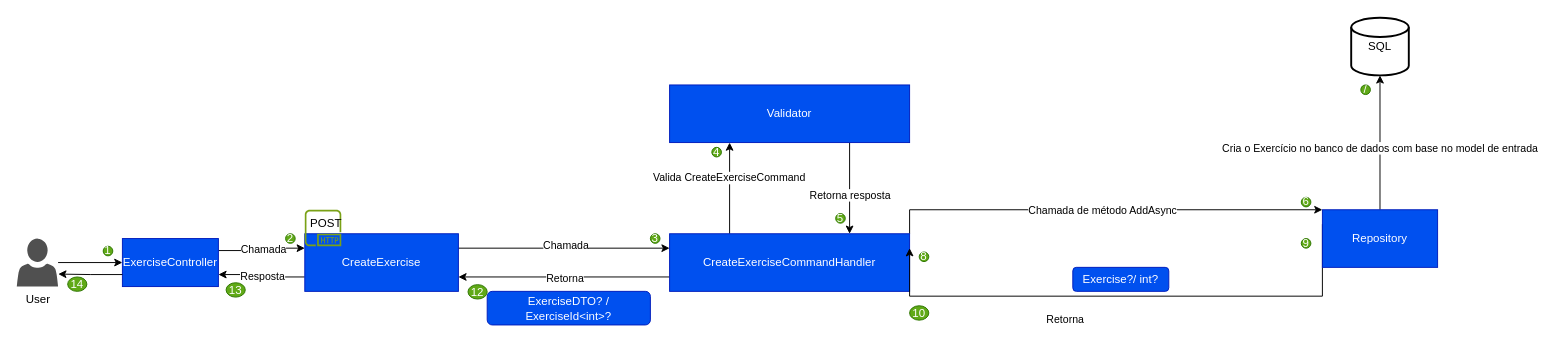
Earlier version of the draw.io diagram page "TrainingService/Exercises/CreateExercise" (15 of 15) of Architecture.drawio (AlanEdward19/ShapeUp). Source tidied: cells renumbered, new cells numbered last; positions are measured from the earlier drawing's top-left corner, leaving out a move shared by most shapes. Both pictures are drawn from the tidied source at 96%, with x=0, y=0 at pixel (16, 17).
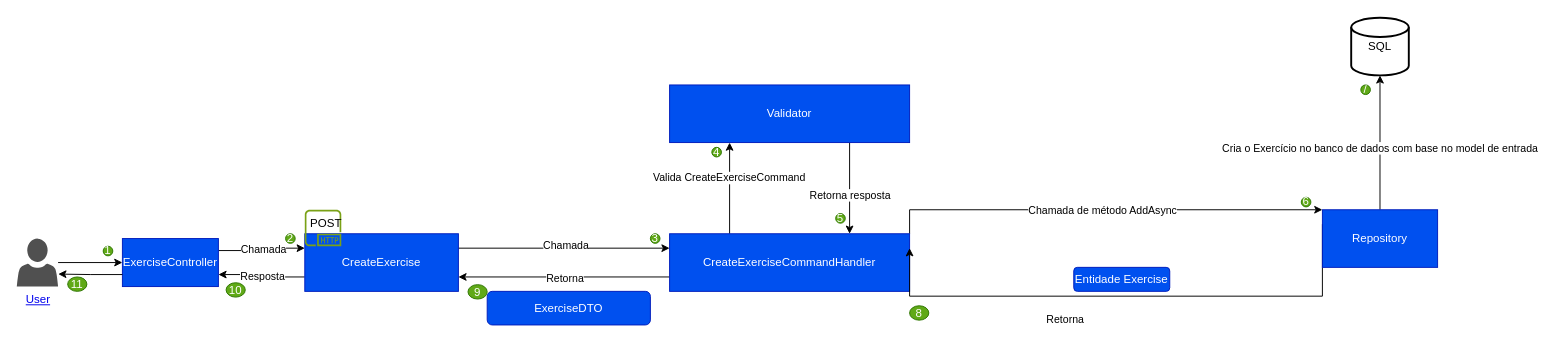
The same diagram, later.

Diff of the diagram source:
```diff
@@
-    <mxCell id="3" value="User" style="sketch=0;shadow=0;dashed=0;html=1;strokeColor=none;labelPosition=center;verticalLabelPosition=bottom;verticalAlign=top;align=center;fillColor=#505050;shape=mxgraph.mscae.intune.account_portal;" parent="1" vertex="1">
+    <mxCell id="3" value="&lt;a href=&quot;data:page/id,UHSYMj5ETuVcGcjZkXMR&quot;&gt;User&lt;/a&gt;" style="sketch=0;shadow=0;dashed=0;html=1;strokeColor=none;labelPosition=center;verticalLabelPosition=bottom;verticalAlign=top;align=center;fillColor=#505050;shape=mxgraph.mscae.intune.account_portal;" parent="1" vertex="1">
       <mxGeometry y="230" width="43" height="50" as="geometry" />
     </mxCell>
@@
-    <mxCell id="39" value="8" style="ellipse;whiteSpace=wrap;html=1;fillColor=#60a917;fontColor=#ffffff;strokeColor=#2D7600;" parent="1" vertex="1">
-      <mxGeometry x="940" y="244" width="10" height="10" as="geometry" />
-    </mxCell>
-    <mxCell id="40" value="9" style="ellipse;whiteSpace=wrap;html=1;fillColor=#60a917;fontColor=#ffffff;strokeColor=#2D7600;" parent="1" vertex="1">
-      <mxGeometry x="1338" y="230" width="10" height="10" as="geometry" />
-    </mxCell>
-    <mxCell id="41" value="Exercise?/ int?" style="rounded=1;whiteSpace=wrap;html=1;fillColor=#0050ef;strokeColor=#001DBC;fontColor=#ffffff;" parent="1" vertex="1">
-      <mxGeometry x="1100" y="260" width="100" height="25" as="geometry" />
+    <mxCell id="41" value="Entidade Exercise" style="rounded=1;whiteSpace=wrap;html=1;fillColor=#0050ef;strokeColor=#001DBC;fontColor=#ffffff;" parent="1" vertex="1">
+      <mxGeometry x="1101" y="260" width="100" height="25" as="geometry" />
     </mxCell>
-    <mxCell id="42" value="12" style="ellipse;whiteSpace=wrap;html=1;fillColor=#60a917;fontColor=#ffffff;strokeColor=#2D7600;" parent="1" vertex="1">
+    <mxCell id="42" value="9" style="ellipse;whiteSpace=wrap;html=1;fillColor=#60a917;fontColor=#ffffff;strokeColor=#2D7600;" parent="1" vertex="1">
       <mxGeometry x="470" y="278" width="20" height="15" as="geometry" />
     </mxCell>
-    <mxCell id="43" value="13" style="ellipse;whiteSpace=wrap;html=1;fillColor=#60a917;fontColor=#ffffff;strokeColor=#2D7600;" parent="1" vertex="1">
+    <mxCell id="43" value="10" style="ellipse;whiteSpace=wrap;html=1;fillColor=#60a917;fontColor=#ffffff;strokeColor=#2D7600;" parent="1" vertex="1">
       <mxGeometry x="218" y="276" width="20" height="15" as="geometry" />
     </mxCell>
-    <mxCell id="44" value="14" style="ellipse;whiteSpace=wrap;html=1;fillColor=#60a917;fontColor=#ffffff;strokeColor=#2D7600;" parent="1" vertex="1">
+    <mxCell id="44" value="11" style="ellipse;whiteSpace=wrap;html=1;fillColor=#60a917;fontColor=#ffffff;strokeColor=#2D7600;" parent="1" vertex="1">
       <mxGeometry x="53" y="270" width="20" height="15" as="geometry" />
     </mxCell>
-    <mxCell id="45" value="ExerciseDTO? / ExerciseId&amp;lt;int&amp;gt;?" style="rounded=1;whiteSpace=wrap;html=1;fillColor=#0050ef;strokeColor=#001DBC;fontColor=#ffffff;" parent="1" vertex="1">
+    <mxCell id="45" value="ExerciseDTO" style="rounded=1;whiteSpace=wrap;html=1;fillColor=#0050ef;strokeColor=#001DBC;fontColor=#ffffff;" parent="1" vertex="1">
       <mxGeometry x="490" y="285" width="170" height="35" as="geometry" />
     </mxCell>
-    <mxCell id="46" value="10" style="ellipse;whiteSpace=wrap;html=1;fillColor=#60a917;fontColor=#ffffff;strokeColor=#2D7600;" parent="1" vertex="1">
+    <mxCell id="46" value="8" style="ellipse;whiteSpace=wrap;html=1;fillColor=#60a917;fontColor=#ffffff;strokeColor=#2D7600;" parent="1" vertex="1">
       <mxGeometry x="930" y="300" width="20" height="15" as="geometry" />
     </mxCell>
```
